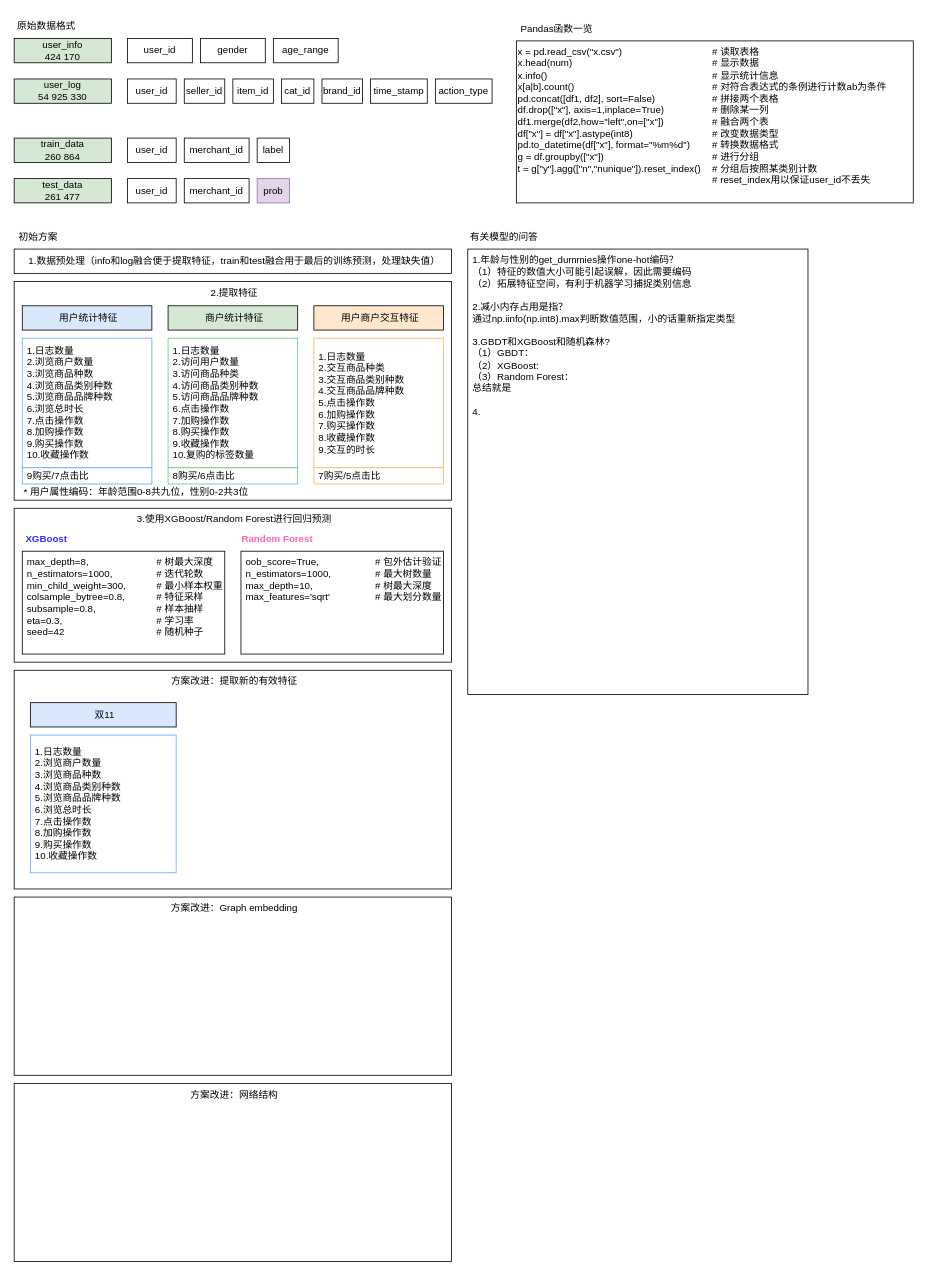
Earlier version of the draw.io diagram tmall1.drawio (limpid-11/drawio). Source tidied: cells renumbered, new cells numbered last; positions are measured from the earlier drawing's top-left corner, leaving out a move shared by most shapes. Both pictures are drawn from the tidied source at 81%, with x=0, y=0 at pixel (14, 14).
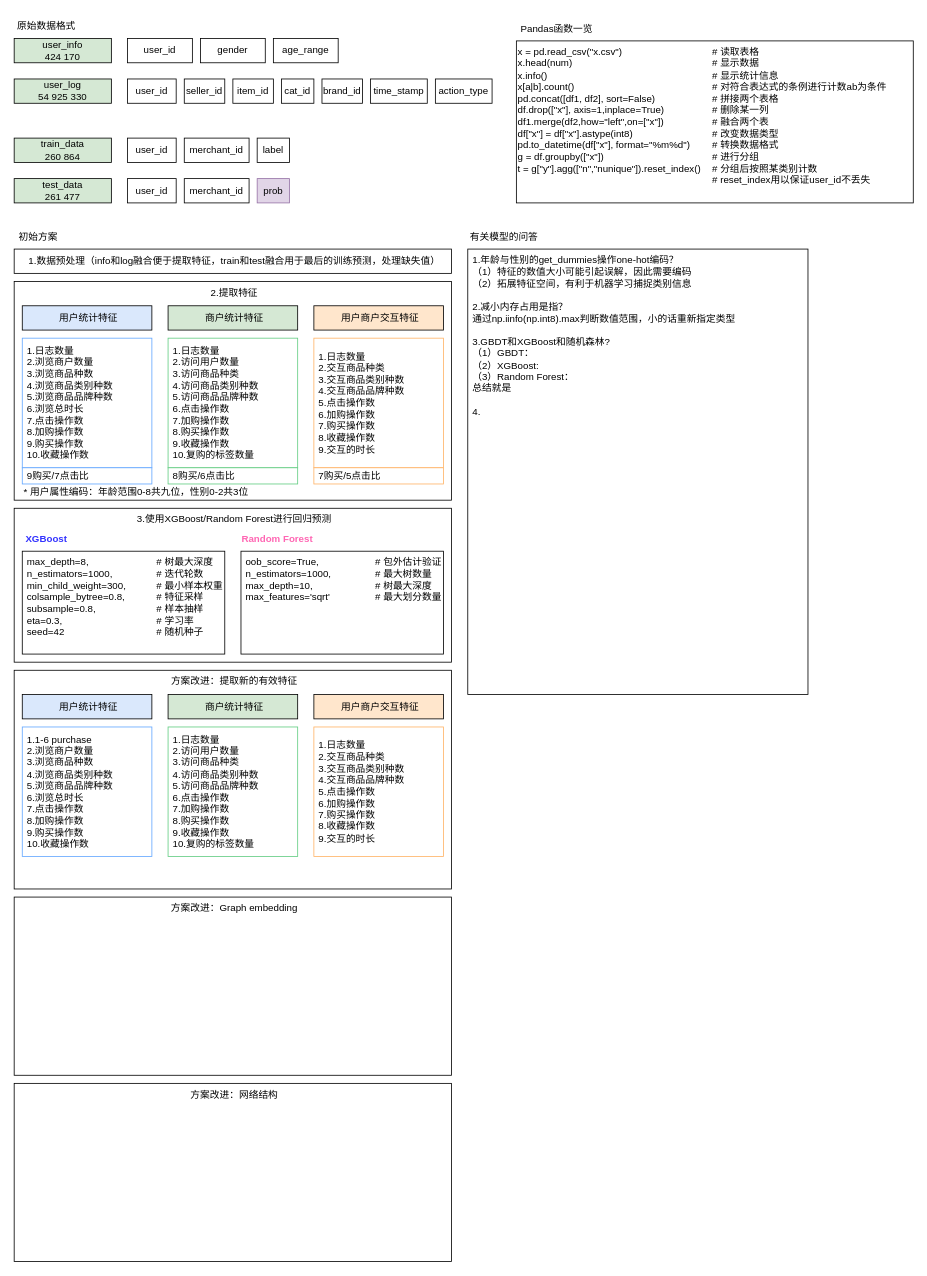
After the change.

Change to the diagram source:
```diff
@@
-    <mxCell id="46" value="双11" style="rounded=0;whiteSpace=wrap;html=1;align=center;verticalAlign=middle;spacing=2;spacingLeft=4;fillColor=#dae8fc;strokeColor=#000000;" parent="1" vertex="1">
-      <mxGeometry x="20" y="850" width="180" height="30" as="geometry" />
-    </mxCell>
-    <mxCell id="47" value="1.日志数量&lt;div&gt;2.浏览商户数量&lt;/div&gt;&lt;div&gt;3.&lt;span style=&quot;background-color: initial;&quot;&gt;浏览商品种数&lt;/span&gt;&lt;/div&gt;&lt;div&gt;&lt;span style=&quot;background-color: initial;&quot;&gt;4.浏览商品类别种数&lt;/span&gt;&lt;/div&gt;&lt;div&gt;&lt;span style=&quot;background-color: initial;&quot;&gt;5.浏览商品品牌种数&lt;/span&gt;&lt;/div&gt;&lt;div&gt;&lt;span style=&quot;background-color: initial;&quot;&gt;6.浏览总时长&lt;/span&gt;&lt;/div&gt;&lt;div&gt;&lt;span style=&quot;background-color: initial;&quot;&gt;7.点击操作数&lt;/span&gt;&lt;/div&gt;&lt;div&gt;&lt;span style=&quot;background-color: initial;&quot;&gt;8.加购操作数&lt;/span&gt;&lt;/div&gt;&lt;div&gt;&lt;span style=&quot;background-color: initial;&quot;&gt;9.购买操作数&lt;/span&gt;&lt;/div&gt;&lt;div&gt;&lt;span style=&quot;background-color: initial;&quot;&gt;10.收藏操作数&lt;/span&gt;&lt;/div&gt;" style="rounded=0;whiteSpace=wrap;html=1;align=left;verticalAlign=middle;spacing=2;spacingLeft=4;fillColor=#FFFFFF;strokeColor=#63A7FF;" parent="1" vertex="1">
-      <mxGeometry x="20" y="890" width="180" height="170" as="geometry" />
-    </mxCell>
@@
+    <mxCell id="50" value="用户统计特征" style="rounded=0;whiteSpace=wrap;html=1;align=center;verticalAlign=middle;spacing=2;spacingLeft=4;fillColor=#dae8fc;strokeColor=#000000;" parent="1" vertex="1">
+      <mxGeometry x="10" y="840" width="160" height="30" as="geometry" />
+    </mxCell>
+    <mxCell id="51" value="1.1-6 purchase&lt;div&gt;2.浏览商户数量&lt;/div&gt;&lt;div&gt;3.&lt;span style=&quot;background-color: initial;&quot;&gt;浏览商品种数&lt;/span&gt;&lt;/div&gt;&lt;div&gt;&lt;span style=&quot;background-color: initial;&quot;&gt;4.浏览商品类别种数&lt;/span&gt;&lt;/div&gt;&lt;div&gt;&lt;span style=&quot;background-color: initial;&quot;&gt;5.浏览商品品牌种数&lt;/span&gt;&lt;/div&gt;&lt;div&gt;&lt;span style=&quot;background-color: initial;&quot;&gt;6.浏览总时长&lt;/span&gt;&lt;/div&gt;&lt;div&gt;&lt;span style=&quot;background-color: initial;&quot;&gt;7.点击操作数&lt;/span&gt;&lt;/div&gt;&lt;div&gt;&lt;span style=&quot;background-color: initial;&quot;&gt;8.加购操作数&lt;/span&gt;&lt;/div&gt;&lt;div&gt;&lt;span style=&quot;background-color: initial;&quot;&gt;9.购买操作数&lt;/span&gt;&lt;/div&gt;&lt;div&gt;&lt;span style=&quot;background-color: initial;&quot;&gt;10.收藏操作数&lt;/span&gt;&lt;/div&gt;" style="rounded=0;whiteSpace=wrap;html=1;align=left;verticalAlign=middle;spacing=2;spacingLeft=4;fillColor=#FFFFFF;strokeColor=#63A7FF;" parent="1" vertex="1">
+      <mxGeometry x="10" y="880" width="160" height="160" as="geometry" />
+    </mxCell>
+    <mxCell id="52" value="商户统计特征" style="rounded=0;whiteSpace=wrap;html=1;align=center;verticalAlign=middle;spacing=2;spacingLeft=4;fillColor=#d5e8d4;strokeColor=#000000;" parent="1" vertex="1">
+      <mxGeometry x="190" y="840" width="160" height="30" as="geometry" />
+    </mxCell>
+    <mxCell id="53" value="用户商户交互特征" style="rounded=0;whiteSpace=wrap;html=1;align=center;verticalAlign=middle;spacing=2;spacingLeft=4;fillColor=#ffe6cc;strokeColor=default;" parent="1" vertex="1">
+      <mxGeometry x="370" y="840" width="160" height="30" as="geometry" />
+    </mxCell>
+    <mxCell id="54" value="1.日志数量&lt;div&gt;2.访问用户数量&lt;/div&gt;&lt;div&gt;3.访问商品种类&lt;/div&gt;&lt;div&gt;4.访问商品类别种数&lt;/div&gt;&lt;div&gt;5.访问商品品牌种数&lt;/div&gt;&lt;div&gt;&lt;div&gt;&lt;span style=&quot;background-color: initial;&quot;&gt;6.点击操作数&lt;/span&gt;&lt;/div&gt;&lt;div&gt;&lt;span style=&quot;background-color: initial;&quot;&gt;7.加购操作数&lt;/span&gt;&lt;/div&gt;&lt;div&gt;&lt;span style=&quot;background-color: initial;&quot;&gt;8.购买操作数&lt;/span&gt;&lt;/div&gt;&lt;div&gt;&lt;span style=&quot;background-color: initial;&quot;&gt;9.收藏操作数&lt;/span&gt;&lt;/div&gt;&lt;/div&gt;&lt;div&gt;&lt;span style=&quot;background-color: initial;&quot;&gt;10.复购的标签数量&lt;/span&gt;&lt;/div&gt;" style="rounded=0;whiteSpace=wrap;html=1;align=left;verticalAlign=middle;spacing=2;spacingLeft=4;fillColor=#FFFFFF;strokeColor=#62CC82;" parent="1" vertex="1">
+      <mxGeometry x="190" y="880" width="160" height="160" as="geometry" />
+    </mxCell>
+    <mxCell id="55" value="1.日志数量&lt;div&gt;&lt;div&gt;2.交互商品种类&lt;/div&gt;&lt;div&gt;3.交互商品类别种数&lt;/div&gt;&lt;div&gt;4.交互商品品牌种数&lt;/div&gt;&lt;div&gt;&lt;div&gt;&lt;span style=&quot;background-color: initial;&quot;&gt;5.点击操作数&lt;/span&gt;&lt;/div&gt;&lt;div&gt;&lt;span style=&quot;background-color: initial;&quot;&gt;6.加购操作数&lt;/span&gt;&lt;/div&gt;&lt;div&gt;&lt;span style=&quot;background-color: initial;&quot;&gt;7.购买操作数&lt;/span&gt;&lt;/div&gt;&lt;div&gt;&lt;span style=&quot;background-color: initial;&quot;&gt;8.收藏操作数&lt;/span&gt;&lt;/div&gt;&lt;/div&gt;&lt;/div&gt;&lt;div&gt;&lt;span style=&quot;background-color: initial;&quot;&gt;9.交互的时长&lt;/span&gt;&lt;/div&gt;" style="rounded=0;whiteSpace=wrap;html=1;align=left;verticalAlign=middle;spacing=2;spacingLeft=4;fillColor=#FFFFFF;strokeColor=#FFB366;" parent="1" vertex="1">
+      <mxGeometry x="370" y="880" width="160" height="160" as="geometry" />
+    </mxCell>
```
